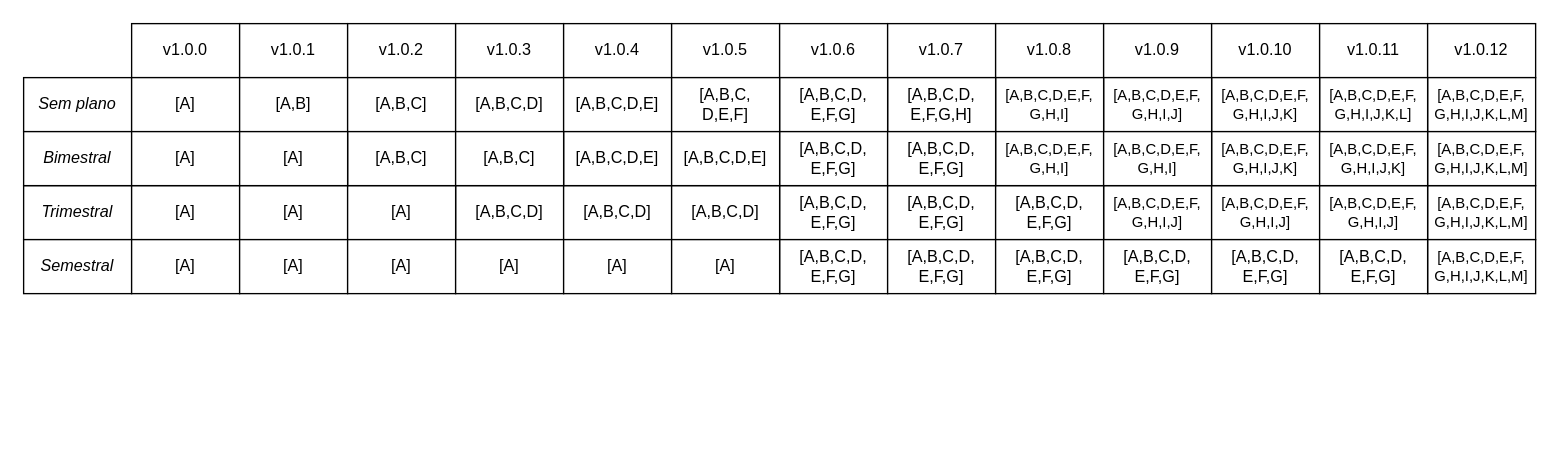
Before: Diagrama sem nome.drawio in marcelopedroso/yms_tech, a draw.io diagram. Source tidied: cells renumbered, new cells numbered last; positions are measured from the earlier drawing's top-left corner, leaving out a move shared by most shapes. Both pictures are drawn from the tidied source at 135%, with x=0, y=0 at pixel (23, 23).
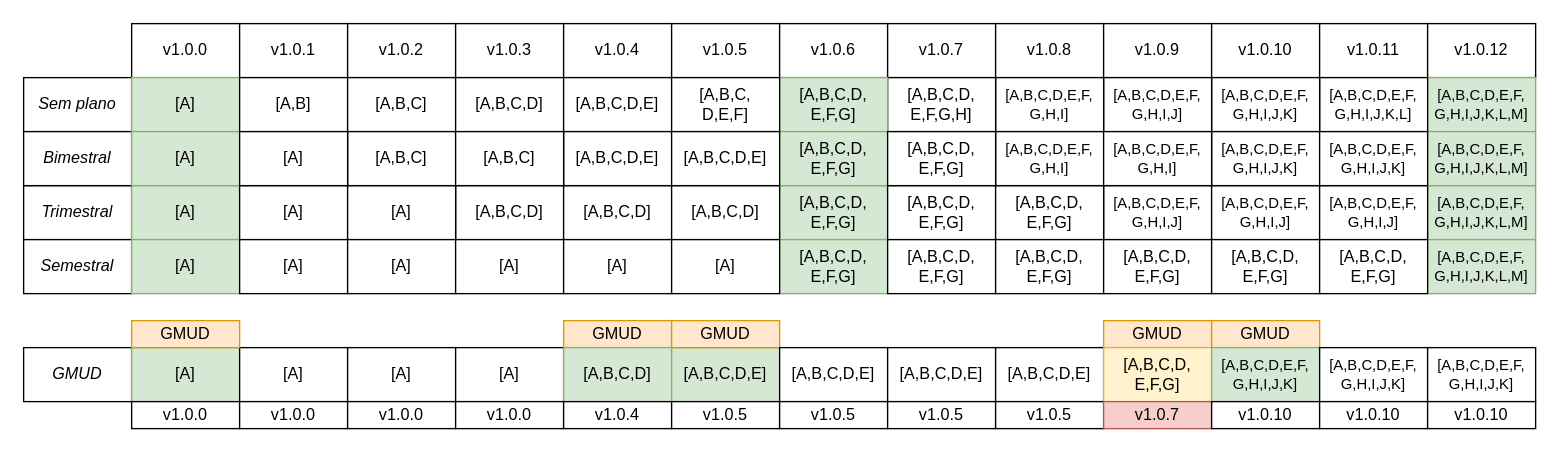
The same diagram, later.

Diff of the diagram source:
```diff
@@
-    <mxCell id="16" value="[A]" style="rounded=0;whiteSpace=wrap;html=1;" parent="1" vertex="1">
+    <mxCell id="16" value="[A]" style="rounded=0;whiteSpace=wrap;html=1;fillColor=#d5e8d4;strokeColor=#82b366;" parent="1" vertex="1">
       <mxGeometry x="80" y="40" width="80" height="40" as="geometry" />
     </mxCell>
@@
-    <mxCell id="21" value="[A,B,C,D,E,F,&lt;br&gt;G,H,I,J,K,L,M]" style="rounded=0;whiteSpace=wrap;html=1;fontSize=11;" parent="1" vertex="1">
+    <mxCell id="21" value="[A,B,C,D,E,F,&lt;br&gt;G,H,I,J,K,L,M]" style="rounded=0;whiteSpace=wrap;html=1;fontSize=11;fillColor=#d5e8d4;strokeColor=#82b366;" parent="1" vertex="1">
       <mxGeometry x="1040" y="40" width="80" height="40" as="geometry" />
     </mxCell>
@@
-    <mxCell id="27" value="[A,B,C,D,&lt;br style=&quot;font-size: 12px;&quot;&gt;E,F,G]" style="rounded=0;whiteSpace=wrap;html=1;fontSize=12;" parent="1" vertex="1">
+    <mxCell id="27" value="[A,B,C,D,&lt;br style=&quot;font-size: 12px;&quot;&gt;E,F,G]" style="rounded=0;whiteSpace=wrap;html=1;fontSize=12;fillColor=#d5e8d4;strokeColor=#82b366;" parent="1" vertex="1">
       <mxGeometry x="560" y="40" width="80" height="40" as="geometry" />
     </mxCell>
@@
-    <mxCell id="30" value="[A]" style="rounded=0;whiteSpace=wrap;html=1;" parent="1" vertex="1">
+    <mxCell id="30" value="[A]" style="rounded=0;whiteSpace=wrap;html=1;fillColor=#d5e8d4;strokeColor=#82b366;" parent="1" vertex="1">
       <mxGeometry x="80" y="120" width="80" height="40" as="geometry" />
     </mxCell>
@@
-    <mxCell id="32" value="[A,B,C,D,&lt;br style=&quot;font-size: 12px;&quot;&gt;E,F,G]" style="rounded=0;whiteSpace=wrap;html=1;fontSize=12;" parent="1" vertex="1">
+    <mxCell id="32" value="[A,B,C,D,&lt;br style=&quot;font-size: 12px;&quot;&gt;E,F,G]" style="rounded=0;whiteSpace=wrap;html=1;fontSize=12;fillColor=#d5e8d4;strokeColor=#82b366;" parent="1" vertex="1">
       <mxGeometry x="560" y="120" width="80" height="40" as="geometry" />
     </mxCell>
@@
-    <mxCell id="34" value="[A,B,C,D,E,F,&lt;br&gt;G,H,I,J,K,L,M]" style="rounded=0;whiteSpace=wrap;html=1;fontSize=11;" parent="1" vertex="1">
+    <mxCell id="34" value="[A,B,C,D,E,F,&lt;br&gt;G,H,I,J,K,L,M]" style="rounded=0;whiteSpace=wrap;html=1;fontSize=11;fillColor=#d5e8d4;strokeColor=#82b366;" parent="1" vertex="1">
       <mxGeometry x="1040" y="120" width="80" height="40" as="geometry" />
     </mxCell>
@@
-    <mxCell id="44" value="[A]" style="rounded=0;whiteSpace=wrap;html=1;" parent="1" vertex="1">
+    <mxCell id="44" value="[A]" style="rounded=0;whiteSpace=wrap;html=1;fillColor=#d5e8d4;strokeColor=#82b366;" parent="1" vertex="1">
       <mxGeometry x="80" y="80" width="80" height="40" as="geometry" />
     </mxCell>
@@
-    <mxCell id="47" value="[A,B,C,D,E,F,&lt;br&gt;G,H,I,J,K,L,M]" style="rounded=0;whiteSpace=wrap;html=1;fontSize=11;" parent="1" vertex="1">
+    <mxCell id="47" value="[A,B,C,D,E,F,&lt;br&gt;G,H,I,J,K,L,M]" style="rounded=0;whiteSpace=wrap;html=1;fontSize=11;fillColor=#d5e8d4;strokeColor=#82b366;" parent="1" vertex="1">
       <mxGeometry x="1040" y="80" width="80" height="40" as="geometry" />
     </mxCell>
@@
-    <mxCell id="50" value="[A,B,C,D,&lt;br style=&quot;font-size: 12px;&quot;&gt;E,F,G]" style="rounded=0;whiteSpace=wrap;html=1;fontSize=12;" parent="1" vertex="1">
+    <mxCell id="50" value="[A,B,C,D,&lt;br style=&quot;font-size: 12px;&quot;&gt;E,F,G]" style="rounded=0;whiteSpace=wrap;html=1;fontSize=12;fillColor=#d5e8d4;strokeColor=#82b366;" parent="1" vertex="1">
       <mxGeometry x="560" y="80" width="80" height="40" as="geometry" />
     </mxCell>
@@
-    <mxCell id="58" value="[A]" style="rounded=0;whiteSpace=wrap;html=1;" parent="1" vertex="1">
+    <mxCell id="58" value="[A]" style="rounded=0;whiteSpace=wrap;html=1;fillColor=#d5e8d4;strokeColor=#82b366;" parent="1" vertex="1">
       <mxGeometry x="80" y="160" width="80" height="40" as="geometry" />
     </mxCell>
-    <mxCell id="59" value="[A,B,C,D,&lt;br style=&quot;font-size: 12px;&quot;&gt;E,F,G]" style="rounded=0;whiteSpace=wrap;html=1;fontSize=12;" parent="1" vertex="1">
+    <mxCell id="59" value="[A,B,C,D,&lt;br style=&quot;font-size: 12px;&quot;&gt;E,F,G]" style="rounded=0;whiteSpace=wrap;html=1;fontSize=12;fillColor=#d5e8d4;strokeColor=#82b366;" parent="1" vertex="1">
       <mxGeometry x="560" y="160" width="80" height="40" as="geometry" />
     </mxCell>
-    <mxCell id="60" value="[A,B,C,D,E,F,&lt;br&gt;G,H,I,J,K,L,M]" style="rounded=0;whiteSpace=wrap;html=1;fontSize=11;" parent="1" vertex="1">
+    <mxCell id="60" value="[A,B,C,D,E,F,&lt;br&gt;G,H,I,J,K,L,M]" style="rounded=0;whiteSpace=wrap;html=1;fontSize=11;fillColor=#d5e8d4;strokeColor=#82b366;" parent="1" vertex="1">
       <mxGeometry x="1040" y="160" width="80" height="40" as="geometry" />
     </mxCell>
@@
+    <mxCell id="71" value="&lt;i&gt;GMUD&lt;/i&gt;" style="rounded=0;whiteSpace=wrap;html=1;" parent="1" vertex="1">
+      <mxGeometry y="240" width="80" height="40" as="geometry" />
+    </mxCell>
+    <mxCell id="72" value="[A]" style="rounded=0;whiteSpace=wrap;html=1;fillColor=#d5e8d4;strokeColor=#82b366;" parent="1" vertex="1">
+      <mxGeometry x="80" y="240" width="80" height="40" as="geometry" />
+    </mxCell>
+    <mxCell id="73" value="[A]" style="rounded=0;whiteSpace=wrap;html=1;" parent="1" vertex="1">
+      <mxGeometry x="160" y="240" width="80" height="40" as="geometry" />
+    </mxCell>
+    <mxCell id="74" value="[A]" style="rounded=0;whiteSpace=wrap;html=1;" parent="1" vertex="1">
+      <mxGeometry x="240" y="240" width="80" height="40" as="geometry" />
+    </mxCell>
+    <mxCell id="75" value="[A]" style="rounded=0;whiteSpace=wrap;html=1;" parent="1" vertex="1">
+      <mxGeometry x="320" y="240" width="80" height="40" as="geometry" />
+    </mxCell>
+    <mxCell id="76" value="GMUD" style="rounded=0;whiteSpace=wrap;html=1;fillColor=#ffe6cc;strokeColor=#d79b00;" parent="1" vertex="1">
+      <mxGeometry x="80" y="220" width="80" height="20" as="geometry" />
+    </mxCell>
+    <mxCell id="77" value="GMUD" style="rounded=0;whiteSpace=wrap;html=1;fillColor=#ffe6cc;strokeColor=#d79b00;" parent="1" vertex="1">
+      <mxGeometry x="400" y="220" width="80" height="20" as="geometry" />
+    </mxCell>
+    <mxCell id="78" value="[A,B,C,D]" style="rounded=0;whiteSpace=wrap;html=1;fillColor=#d5e8d4;strokeColor=#82b366;" parent="1" vertex="1">
+      <mxGeometry x="400" y="240" width="80" height="40" as="geometry" />
+    </mxCell>
+    <mxCell id="79" value="[A,B,C,D,E]" style="rounded=0;whiteSpace=wrap;html=1;fillColor=#d5e8d4;strokeColor=#82b366;" parent="1" vertex="1">
+      <mxGeometry x="480" y="240" width="80" height="40" as="geometry" />
+    </mxCell>
+    <mxCell id="80" value="GMUD" style="rounded=0;whiteSpace=wrap;html=1;fillColor=#ffe6cc;strokeColor=#d79b00;" parent="1" vertex="1">
+      <mxGeometry x="480" y="220" width="80" height="20" as="geometry" />
+    </mxCell>
+    <mxCell id="81" value="[A,B,C,D,E]" style="rounded=0;whiteSpace=wrap;html=1;" parent="1" vertex="1">
+      <mxGeometry x="560" y="240" width="80" height="40" as="geometry" />
+    </mxCell>
+    <mxCell id="82" value="[A,B,C,D,E]" style="rounded=0;whiteSpace=wrap;html=1;" parent="1" vertex="1">
+      <mxGeometry x="640" y="240" width="80" height="40" as="geometry" />
+    </mxCell>
+    <mxCell id="83" value="[A,B,C,D,E]" style="rounded=0;whiteSpace=wrap;html=1;" parent="1" vertex="1">
+      <mxGeometry x="720" y="240" width="80" height="40" as="geometry" />
+    </mxCell>
+    <mxCell id="84" value="GMUD" style="rounded=0;whiteSpace=wrap;html=1;fillColor=#ffe6cc;strokeColor=#d79b00;" parent="1" vertex="1">
+      <mxGeometry x="800" y="220" width="80" height="20" as="geometry" />
+    </mxCell>
+    <mxCell id="85" value="GMUD" style="rounded=0;whiteSpace=wrap;html=1;fillColor=#ffe6cc;strokeColor=#d79b00;" parent="1" vertex="1">
+      <mxGeometry x="880" y="220" width="80" height="20" as="geometry" />
+    </mxCell>
+    <mxCell id="86" value="[A,B,C,D,&lt;br style=&quot;font-size: 12px;&quot;&gt;E,F,G]" style="rounded=0;whiteSpace=wrap;html=1;fontSize=12;fillColor=#fff2cc;strokeColor=#d6b656;" parent="1" vertex="1">
+      <mxGeometry x="800" y="240" width="80" height="40" as="geometry" />
+    </mxCell>
+    <mxCell id="87" value="[A,B,C,D,E,F,&lt;br&gt;G,H,I,J,K]" style="rounded=0;whiteSpace=wrap;html=1;fontSize=11;fillColor=#d5e8d4;strokeColor=#82b366;" parent="1" vertex="1">
+      <mxGeometry x="880" y="240" width="80" height="40" as="geometry" />
+    </mxCell>
+    <mxCell id="88" value="[A,B,C,D,E,F,&lt;br&gt;G,H,I,J,K]" style="rounded=0;whiteSpace=wrap;html=1;fontSize=11;" parent="1" vertex="1">
+      <mxGeometry x="960" y="240" width="80" height="40" as="geometry" />
+    </mxCell>
+    <mxCell id="89" value="[A,B,C,D,E,F,&lt;br&gt;G,H,I,J,K]" style="rounded=0;whiteSpace=wrap;html=1;fontSize=11;" parent="1" vertex="1">
+      <mxGeometry x="1040" y="240" width="80" height="40" as="geometry" />
+    </mxCell>
+    <mxCell id="90" value="v1.0.0" style="rounded=0;whiteSpace=wrap;html=1;" parent="1" vertex="1">
+      <mxGeometry x="80" y="280" width="80" height="20" as="geometry" />
+    </mxCell>
+    <mxCell id="91" value="v1.0.0" style="rounded=0;whiteSpace=wrap;html=1;" parent="1" vertex="1">
+      <mxGeometry x="160" y="280" width="80" height="20" as="geometry" />
+    </mxCell>
+    <mxCell id="92" value="v1.0.0" style="rounded=0;whiteSpace=wrap;html=1;" parent="1" vertex="1">
+      <mxGeometry x="240" y="280" width="80" height="20" as="geometry" />
+    </mxCell>
+    <mxCell id="93" value="v1.0.0" style="rounded=0;whiteSpace=wrap;html=1;" parent="1" vertex="1">
+      <mxGeometry x="320" y="280" width="80" height="20" as="geometry" />
+    </mxCell>
+    <mxCell id="94" value="v1.0.4" style="rounded=0;whiteSpace=wrap;html=1;" parent="1" vertex="1">
+      <mxGeometry x="400" y="280" width="80" height="20" as="geometry" />
+    </mxCell>
+    <mxCell id="95" value="v1.0.5" style="rounded=0;whiteSpace=wrap;html=1;" parent="1" vertex="1">
+      <mxGeometry x="480" y="280" width="80" height="20" as="geometry" />
+    </mxCell>
+    <mxCell id="96" value="v1.0.5" style="rounded=0;whiteSpace=wrap;html=1;" parent="1" vertex="1">
+      <mxGeometry x="560" y="280" width="80" height="20" as="geometry" />
+    </mxCell>
+    <mxCell id="97" value="v1.0.5" style="rounded=0;whiteSpace=wrap;html=1;" parent="1" vertex="1">
+      <mxGeometry x="640" y="280" width="80" height="20" as="geometry" />
+    </mxCell>
+    <mxCell id="98" value="v1.0.5" style="rounded=0;whiteSpace=wrap;html=1;" parent="1" vertex="1">
+      <mxGeometry x="720" y="280" width="80" height="20" as="geometry" />
+    </mxCell>
+    <mxCell id="99" value="v1.0.7" style="rounded=0;whiteSpace=wrap;html=1;fillColor=#f8cecc;strokeColor=#b85450;" parent="1" vertex="1">
+      <mxGeometry x="800" y="280" width="80" height="20" as="geometry" />
+    </mxCell>
+    <mxCell id="100" value="v1.0.10" style="rounded=0;whiteSpace=wrap;html=1;" parent="1" vertex="1">
+      <mxGeometry x="880" y="280" width="80" height="20" as="geometry" />
+    </mxCell>
+    <mxCell id="101" value="v1.0.10" style="rounded=0;whiteSpace=wrap;html=1;" parent="1" vertex="1">
+      <mxGeometry x="960" y="280" width="80" height="20" as="geometry" />
+    </mxCell>
+    <mxCell id="102" value="v1.0.10" style="rounded=0;whiteSpace=wrap;html=1;" parent="1" vertex="1">
+      <mxGeometry x="1040" y="280" width="80" height="20" as="geometry" />
+    </mxCell>
```
